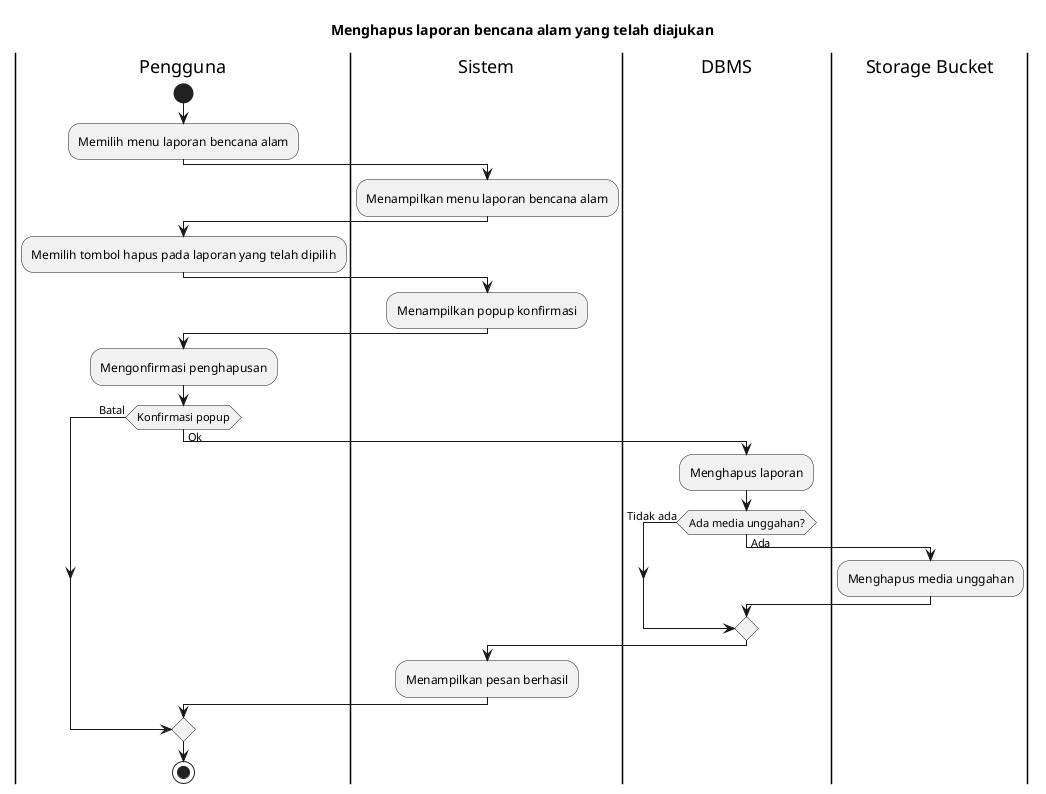
bagusNA/appl-diagrams keeps this PlantUML diagram as export/Activity Diagrams/UC-MAP - Peta Bencana/UC-MAP-019 - Menghapus laporan bencana alam yang telah diajukan.png. Above is the earlier version. Its diagram source:
```plantuml
@startuml
title Menghapus laporan bencana alam yang telah diajukan

|Pengguna|
start
:Memilih menu laporan bencana alam;

|Sistem|
:Menampilkan menu laporan bencana alam;

|Pengguna|
:Memilih tombol hapus pada laporan yang telah dipilih;

|Sistem|
:Menampilkan popup konfirmasi;

|Pengguna|
:Mengonfirmasi penghapusan;

if (Konfirmasi popup) then (Batal)
else (Ok)
  |DBMS|
  :Menghapus laporan;

  if (Ada media unggahan?) then (Tidak ada)
  else (Ada)
    |Storage Bucket|
    :Menghapus media unggahan;
  endif

  |Sistem|
  :Menampilkan pesan berhasil;
endif

|Pengguna|
stop
@enduml
```
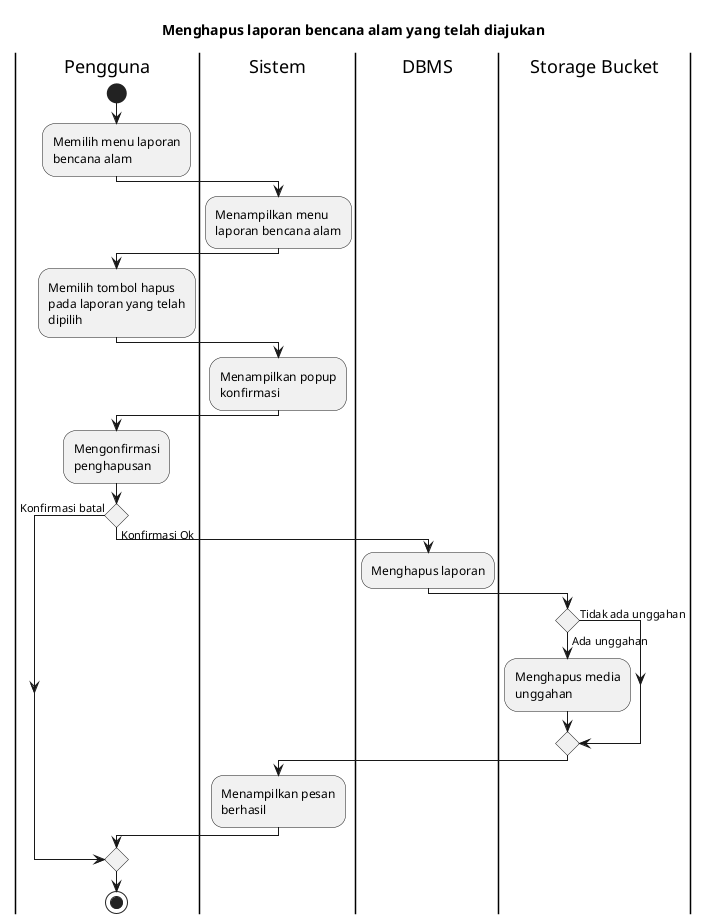
The same diagram one commit later.

Change to the diagram source:
```diff
@@ -1,4 +1,6 @@
 @startuml
+skinparam wrapWidth 140
+
 title Menghapus laporan bencana alam yang telah diajukan
 
 |Pengguna|
@@ -17,14 +19,14 @@
 |Pengguna|
 :Mengonfirmasi penghapusan;
 
-if (Konfirmasi popup) then (Batal)
-else (Ok)
+if () then (Konfirmasi batal)
+else (Konfirmasi Ok)
   |DBMS|
   :Menghapus laporan;
 
-  if (Ada media unggahan?) then (Tidak ada)
-  else (Ada)
-    |Storage Bucket|
+  |Storage Bucket|
+  if () then (Tidak ada unggahan)
+  else (Ada unggahan)
     :Menghapus media unggahan;
   endif
 
```
